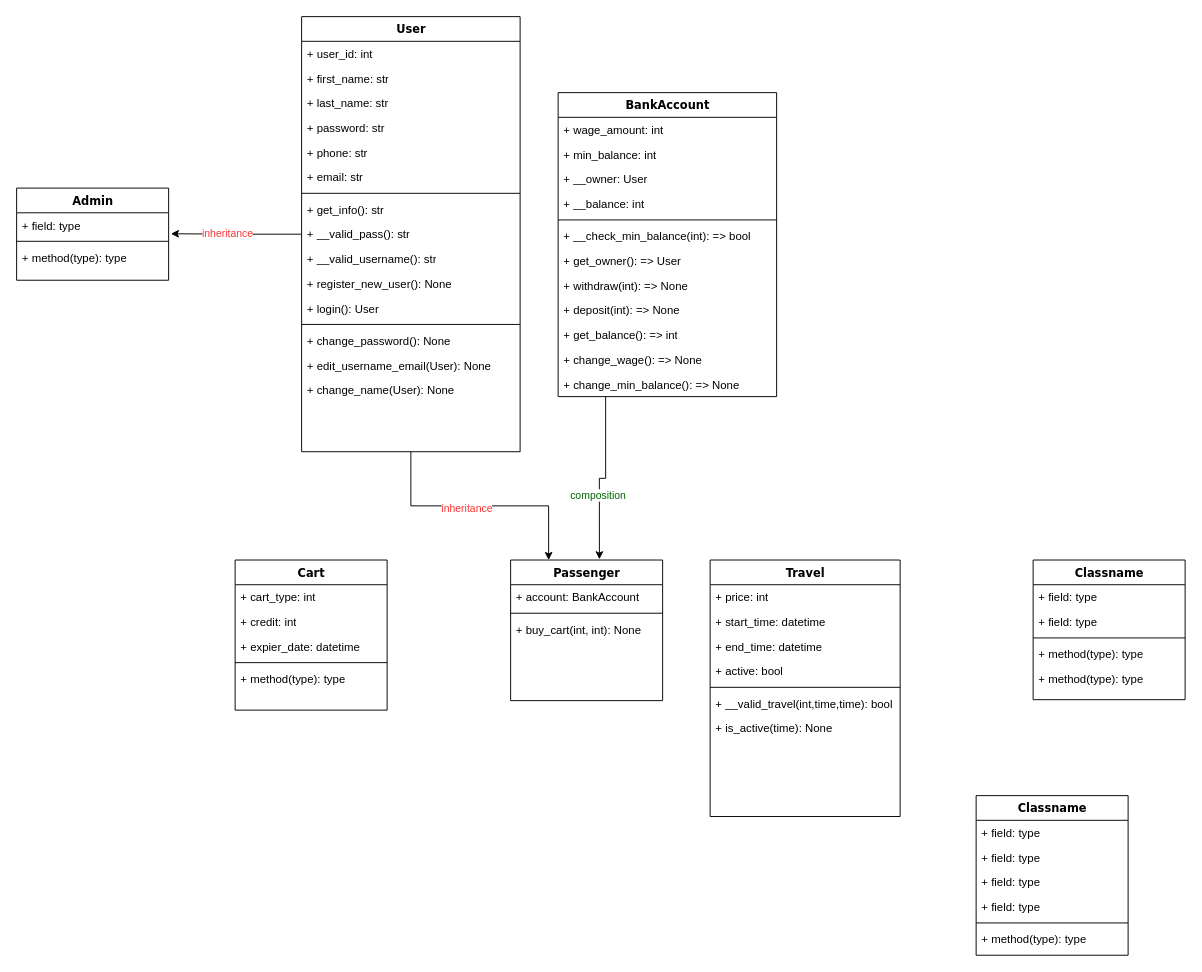
Before: ClassDiagram.drawio in mejomba/maktab89_hw12, a draw.io diagram. Source tidied: cells renumbered, new cells numbered last; positions are measured from the earlier drawing's top-left corner, leaving out a move shared by most shapes. Both pictures are drawn from the tidied source at 95%, with x=0, y=0 at pixel (16, 16).
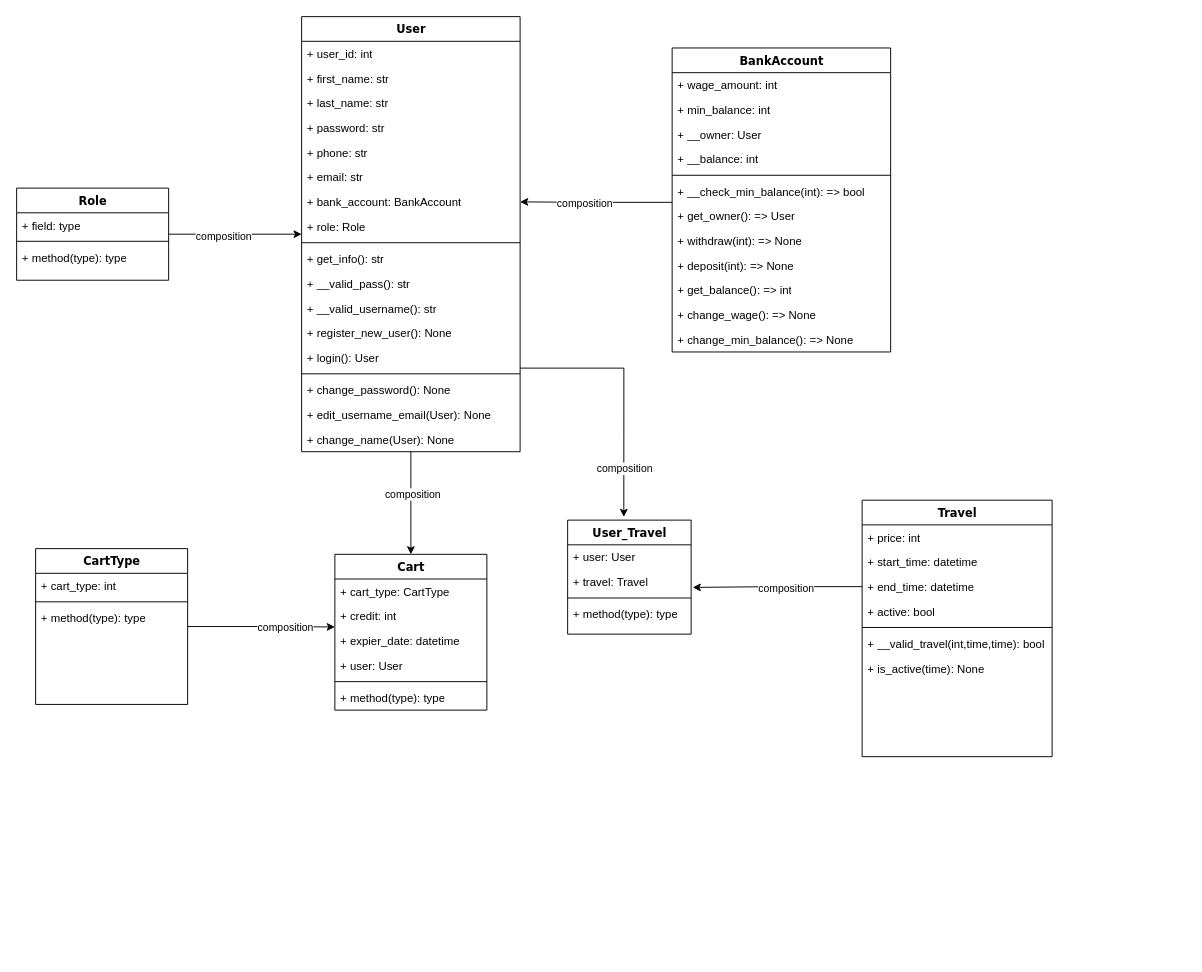
The same page after the edit.

The change refers to these unchanged cells:
```xml
<mxCell id="6" value="User" style="swimlane;html=1;fontStyle=1;align=center;verticalAlign=top;horizontal=1;startSize=26;swimlaneFillColor=#ffffff;rounded=0;shadow=0;comic=0;labelBackgroundColor=none;strokeWidth=1;fillColor=none;fontFamily=Verdana;fontSize=12;" parent="1" vertex="1">
  <mxGeometry x="300" width="230" height="458" as="geometry" />
</mxCell>
<mxCell id="32" value="+ get_owner(): =&amp;gt; User" style="text;html=1;strokeColor=none;fillColor=none;align=left;verticalAlign=top;spacingLeft=4;spacingRight=4;whiteSpace=wrap;overflow=hidden;points=[[0,0.5],[1,0.5]];portConstraint=eastwest;" parent="25" vertex="1">
  <mxGeometry y="164" width="230" height="26" as="geometry" />
</mxCell>
<mxCell id="39" value="+ field: type" style="text;html=1;strokeColor=none;fillColor=none;align=left;verticalAlign=top;spacingLeft=4;spacingRight=4;whiteSpace=wrap;overflow=hidden;points=[[0,0.5],[1,0.5]];portConstraint=eastwest;" parent="38" vertex="1">
  <mxGeometry y="26" width="160" height="26" as="geometry" />
</mxCell>
<mxCell id="44" value="+ credit: int" style="text;html=1;strokeColor=none;fillColor=none;align=left;verticalAlign=top;spacingLeft=4;spacingRight=4;whiteSpace=wrap;overflow=hidden;points=[[0,0.5],[1,0.5]];portConstraint=eastwest;" parent="42" vertex="1">
  <mxGeometry y="52" width="160" height="26" as="geometry" />
</mxCell>
<mxCell id="55" value="+ end_time: datetime" style="text;html=1;strokeColor=none;fillColor=none;align=left;verticalAlign=top;spacingLeft=4;spacingRight=4;whiteSpace=wrap;overflow=hidden;points=[[0,0.5],[1,0.5]];portConstraint=eastwest;" parent="52" vertex="1">
  <mxGeometry y="78" width="200" height="26" as="geometry" />
</mxCell>
```

What changed in the source:
```diff
@@
-    <mxCell id="2" style="edgeStyle=orthogonalEdgeStyle;rounded=0;jettySize=auto;html=1;entryX=1.015;entryY=0.848;entryDx=0;entryDy=0;entryPerimeter=0;" parent="1" edge="1" source="6" target="39">
-      <mxGeometry relative="1" as="geometry" />
-    </mxCell>
-    <mxCell id="3" value="&lt;font color=&quot;#ff3333&quot;&gt;inheritance&lt;/font&gt;" style="edgeLabel;html=1;align=center;verticalAlign=middle;" parent="2" vertex="1">
-      <mxGeometry x="0.15" y="-1" relative="1" as="geometry" />
-    </mxCell>
-    <mxCell id="4" style="edgeStyle=orthogonalEdgeStyle;rounded=0;jettySize=auto;html=1;entryX=0.25;entryY=0;entryDx=0;entryDy=0;" parent="1" edge="1" source="6" target="48">
-      <mxGeometry relative="1" as="geometry" />
-    </mxCell>
-    <mxCell id="5" value="&lt;font color=&quot;#ff3333&quot;&gt;inheritance&lt;/font&gt;" style="edgeLabel;html=1;align=center;verticalAlign=middle;" parent="4" vertex="1">
-      <mxGeometry x="-0.11" y="-2" relative="1" as="geometry" />
-    </mxCell>
+    <mxCell id="73" style="edgeStyle=orthogonalEdgeStyle;rounded=0;jettySize=auto;html=1;entryX=0.5;entryY=0;entryDx=0;entryDy=0;" parent="1" edge="1" source="6" target="42">
+      <mxGeometry relative="1" as="geometry" />
+    </mxCell>
+    <mxCell id="74" value="composition" style="edgeLabel;html=1;align=center;verticalAlign=middle;" parent="73" vertex="1">
+      <mxGeometry x="-0.19" y="1" relative="1" as="geometry" />
+    </mxCell>
+    <mxCell id="75" style="edgeStyle=orthogonalEdgeStyle;rounded=0;jettySize=auto;html=1;entryX=0.455;entryY=-0.028;entryDx=0;entryDy=0;entryPerimeter=0;" parent="1" edge="1" source="6" target="89">
+      <mxGeometry relative="1" as="geometry">
+        <Array as="points">
+          <mxPoint x="639" y="370" />
+        </Array>
+      </mxGeometry>
+    </mxCell>
+    <mxCell id="76" value="composition" style="edgeLabel;html=1;align=center;verticalAlign=middle;" parent="75" vertex="1">
+      <mxGeometry x="0.62" relative="1" as="geometry" />
+    </mxCell>
@@
+    <mxCell id="77" value="+ bank_account: BankAccount" style="text;html=1;strokeColor=none;fillColor=none;align=left;verticalAlign=top;spacingLeft=4;spacingRight=4;whiteSpace=wrap;overflow=hidden;points=[[0,0.5],[1,0.5]];portConstraint=eastwest;" parent="6" vertex="1">
+      <mxGeometry y="182" width="230" height="26" as="geometry" />
+    </mxCell>
+    <mxCell id="78" value="+ role: Role" style="text;html=1;strokeColor=none;fillColor=none;align=left;verticalAlign=top;spacingLeft=4;spacingRight=4;whiteSpace=wrap;overflow=hidden;points=[[0,0.5],[1,0.5]];portConstraint=eastwest;" parent="6" vertex="1">
+      <mxGeometry y="208" width="230" height="26" as="geometry" />
+    </mxCell>
     <mxCell id="13" style="line;html=1;strokeWidth=1;fillColor=none;align=left;verticalAlign=middle;spacingTop=-1;spacingLeft=3;spacingRight=3;labelPosition=right;" parent="6" vertex="1">
-      <mxGeometry y="182" width="230" height="8" as="geometry" />
+      <mxGeometry y="234" width="230" height="8" as="geometry" />
     </mxCell>
     <mxCell id="14" value="+ get_info(): str" style="text;html=1;strokeColor=none;fillColor=none;align=left;verticalAlign=top;spacingLeft=4;spacingRight=4;whiteSpace=wrap;overflow=hidden;" parent="6" vertex="1">
-      <mxGeometry y="190" width="230" height="26" as="geometry" />
+      <mxGeometry y="242" width="230" height="26" as="geometry" />
     </mxCell>
     <mxCell id="15" value="+ __valid_pass(): str" style="text;html=1;strokeColor=none;fillColor=none;align=left;verticalAlign=top;spacingLeft=4;spacingRight=4;whiteSpace=wrap;overflow=hidden;" parent="6" vertex="1">
-      <mxGeometry y="216" width="230" height="26" as="geometry" />
+      <mxGeometry y="268" width="230" height="26" as="geometry" />
     </mxCell>
     <mxCell id="16" value="+ __valid_username(): str" style="text;html=1;strokeColor=none;fillColor=none;align=left;verticalAlign=top;spacingLeft=4;spacingRight=4;whiteSpace=wrap;overflow=hidden;" parent="6" vertex="1">
-      <mxGeometry y="242" width="230" height="26" as="geometry" />
+      <mxGeometry y="294" width="230" height="26" as="geometry" />
     </mxCell>
     <mxCell id="17" value="+ register_new_user(): None" style="text;html=1;strokeColor=none;fillColor=none;align=left;verticalAlign=top;spacingLeft=4;spacingRight=4;whiteSpace=wrap;overflow=hidden;" parent="6" vertex="1">
-      <mxGeometry y="268" width="230" height="26" as="geometry" />
+      <mxGeometry y="320" width="230" height="26" as="geometry" />
     </mxCell>
     <mxCell id="18" value="+ login(): User" style="text;html=1;strokeColor=none;fillColor=none;align=left;verticalAlign=top;spacingLeft=4;spacingRight=4;whiteSpace=wrap;overflow=hidden;" parent="6" vertex="1">
-      <mxGeometry y="294" width="230" height="26" as="geometry" />
+      <mxGeometry y="346" width="230" height="26" as="geometry" />
     </mxCell>
     <mxCell id="19" style="line;html=1;strokeWidth=1;fillColor=none;align=left;verticalAlign=middle;spacingTop=-1;spacingLeft=3;spacingRight=3;labelPosition=right;" parent="6" vertex="1">
-      <mxGeometry y="320" width="230" height="8" as="geometry" />
+      <mxGeometry y="372" width="230" height="8" as="geometry" />
     </mxCell>
     <mxCell id="20" value="+ change_password(): None" style="text;html=1;strokeColor=none;fillColor=none;align=left;verticalAlign=top;spacingLeft=4;spacingRight=4;whiteSpace=wrap;overflow=hidden;" parent="6" vertex="1">
-      <mxGeometry y="328" width="230" height="26" as="geometry" />
+      <mxGeometry y="380" width="230" height="26" as="geometry" />
     </mxCell>
     <mxCell id="21" value="+ edit_username_email(User): None" style="text;html=1;strokeColor=none;fillColor=none;align=left;verticalAlign=top;spacingLeft=4;spacingRight=4;whiteSpace=wrap;overflow=hidden;" parent="6" vertex="1">
-      <mxGeometry y="354" width="230" height="26" as="geometry" />
+      <mxGeometry y="406" width="230" height="26" as="geometry" />
     </mxCell>
     <mxCell id="22" value="+ change_name(User): None" style="text;html=1;strokeColor=none;fillColor=none;align=left;verticalAlign=top;spacingLeft=4;spacingRight=4;whiteSpace=wrap;overflow=hidden;" parent="6" vertex="1">
-      <mxGeometry y="380" width="230" height="26" as="geometry" />
+      <mxGeometry y="432" width="230" height="26" as="geometry" />
     </mxCell>
-    <mxCell id="23" style="edgeStyle=orthogonalEdgeStyle;rounded=0;jettySize=auto;html=1;entryX=0.584;entryY=-0.005;entryDx=0;entryDy=0;entryPerimeter=0;" parent="1" edge="1" source="25" target="48">
-      <mxGeometry relative="1" as="geometry">
-        <Array as="points">
-          <mxPoint x="620" y="486" />
-          <mxPoint x="613" y="486" />
-        </Array>
-      </mxGeometry>
-    </mxCell>
-    <mxCell id="24" value="&lt;font color=&quot;#006600&quot;&gt;composition&lt;/font&gt;" style="edgeLabel;html=1;align=center;verticalAlign=middle;" parent="23" vertex="1">
-      <mxGeometry x="0.24" y="-2" relative="1" as="geometry" />
-    </mxCell>
+    <mxCell id="79" style="edgeStyle=orthogonalEdgeStyle;rounded=0;jettySize=auto;html=1;entryX=1;entryY=0.5;entryDx=0;entryDy=0;exitX=0.004;exitY=-0.058;exitDx=0;exitDy=0;exitPerimeter=0;" parent="1" edge="1" source="32" target="77">
+      <mxGeometry relative="1" as="geometry" />
+    </mxCell>
+    <mxCell id="80" value="composition" style="edgeLabel;html=1;align=center;verticalAlign=middle;" parent="79" vertex="1">
+      <mxGeometry x="0.16" y="1" relative="1" as="geometry" />
+    </mxCell>
     <mxCell id="25" value="BankAccount" style="swimlane;html=1;fontStyle=1;align=center;verticalAlign=top;horizontal=1;startSize=26;swimlaneFillColor=#ffffff;rounded=0;shadow=0;comic=0;labelBackgroundColor=none;strokeWidth=1;fillColor=none;fontFamily=Verdana;fontSize=12;" parent="1" vertex="1">
-      <mxGeometry x="570" y="80" width="230" height="320" as="geometry" />
+      <mxGeometry x="690" y="33" width="230" height="320" as="geometry" />
     </mxCell>
@@
+    <mxCell id="81" style="edgeStyle=orthogonalEdgeStyle;rounded=0;jettySize=auto;html=1;entryX=0;entryY=0.808;entryDx=0;entryDy=0;entryPerimeter=0;" parent="1" edge="1" source="38" target="78">
+      <mxGeometry relative="1" as="geometry" />
+    </mxCell>
+    <mxCell id="82" value="composition" style="edgeLabel;html=1;align=center;verticalAlign=middle;" parent="81" vertex="1">
+      <mxGeometry x="-0.18" y="-2" relative="1" as="geometry" />
+    </mxCell>
-    <mxCell id="38" value="Admin" style="swimlane;html=1;fontStyle=1;align=center;verticalAlign=top;horizontal=1;startSize=26;swimlaneFillColor=#ffffff;rounded=0;shadow=0;comic=0;labelBackgroundColor=none;strokeWidth=1;fillColor=none;fontFamily=Verdana;fontSize=12;" parent="1" vertex="1">
+    <mxCell id="38" value="Role" style="swimlane;html=1;fontStyle=1;align=center;verticalAlign=top;horizontal=1;startSize=26;swimlaneFillColor=#ffffff;rounded=0;shadow=0;comic=0;labelBackgroundColor=none;strokeWidth=1;fillColor=none;fontFamily=Verdana;fontSize=12;" parent="1" vertex="1">
       <mxGeometry y="180.5" width="160" height="97" as="geometry" />
     </mxCell>
@@
     <mxCell id="42" value="Cart" style="swimlane;html=1;fontStyle=1;align=center;verticalAlign=top;horizontal=1;startSize=26;swimlaneFillColor=#ffffff;rounded=0;shadow=0;comic=0;labelBackgroundColor=none;strokeWidth=1;fillColor=none;fontFamily=Verdana;fontSize=12;" parent="1" vertex="1">
-      <mxGeometry x="230" y="572" width="160" height="158" as="geometry" />
+      <mxGeometry x="335" y="566" width="160" height="164" as="geometry" />
     </mxCell>
-    <mxCell id="43" value="+ cart_type: int" style="text;html=1;strokeColor=none;fillColor=none;align=left;verticalAlign=top;spacingLeft=4;spacingRight=4;whiteSpace=wrap;overflow=hidden;" parent="42" vertex="1">
+    <mxCell id="43" value="+ cart_type: CartType" style="text;html=1;strokeColor=none;fillColor=none;align=left;verticalAlign=top;spacingLeft=4;spacingRight=4;whiteSpace=wrap;overflow=hidden;" parent="42" vertex="1">
       <mxGeometry y="26" width="160" height="26" as="geometry" />
     </mxCell>
@@
+    <mxCell id="83" value="+ user: User&amp;nbsp;" style="text;html=1;strokeColor=none;fillColor=none;align=left;verticalAlign=top;spacingLeft=4;spacingRight=4;whiteSpace=wrap;overflow=hidden;" parent="42" vertex="1">
+      <mxGeometry y="104" width="160" height="26" as="geometry" />
+    </mxCell>
     <mxCell id="46" style="line;html=1;strokeWidth=1;fillColor=none;align=left;verticalAlign=middle;spacingTop=-1;spacingLeft=3;spacingRight=3;labelPosition=right;" parent="42" vertex="1">
-      <mxGeometry y="104" width="160" height="8" as="geometry" />
+      <mxGeometry y="130" width="160" height="8" as="geometry" />
     </mxCell>
     <mxCell id="47" value="+ method(type): type" style="text;html=1;strokeColor=none;fillColor=none;align=left;verticalAlign=top;spacingLeft=4;spacingRight=4;whiteSpace=wrap;overflow=hidden;" parent="42" vertex="1">
-      <mxGeometry y="112" width="160" height="26" as="geometry" />
+      <mxGeometry y="138" width="160" height="26" as="geometry" />
     </mxCell>
-    <mxCell id="48" value="Passenger" style="swimlane;html=1;fontStyle=1;align=center;verticalAlign=top;horizontal=1;startSize=26;swimlaneFillColor=#ffffff;rounded=0;shadow=0;comic=0;labelBackgroundColor=none;strokeWidth=1;fillColor=none;fontFamily=Verdana;fontSize=12;" parent="1" vertex="1">
-      <mxGeometry x="520" y="572" width="160" height="148" as="geometry" />
-    </mxCell>
-    <mxCell id="49" value="+ account: BankAccount" style="text;html=1;strokeColor=none;fillColor=none;align=left;verticalAlign=top;spacingLeft=4;spacingRight=4;whiteSpace=wrap;overflow=hidden;" parent="48" vertex="1">
-      <mxGeometry y="26" width="160" height="26" as="geometry" />
-    </mxCell>
-    <mxCell id="50" style="line;html=1;strokeWidth=1;fillColor=none;align=left;verticalAlign=middle;spacingTop=-1;spacingLeft=3;spacingRight=3;labelPosition=right;" parent="48" vertex="1">
-      <mxGeometry y="52" width="160" height="8" as="geometry" />
-    </mxCell>
-    <mxCell id="51" value="+ buy_cart(int, int): None" style="text;html=1;strokeColor=none;fillColor=none;align=left;verticalAlign=top;spacingLeft=4;spacingRight=4;whiteSpace=wrap;overflow=hidden;" parent="48" vertex="1">
-      <mxGeometry y="60" width="160" height="26" as="geometry" />
-    </mxCell>
     <mxCell id="52" value="Travel" style="swimlane;html=1;fontStyle=1;align=center;verticalAlign=top;horizontal=1;startSize=26;swimlaneFillColor=#ffffff;rounded=0;shadow=0;comic=0;labelBackgroundColor=none;strokeWidth=1;fillColor=none;fontFamily=Verdana;fontSize=12;" parent="1" vertex="1">
-      <mxGeometry x="730" y="572" width="200" height="270" as="geometry" />
+      <mxGeometry x="890" y="509" width="200" height="270" as="geometry" />
     </mxCell>
@@
-    <mxCell id="60" value="Classname" style="swimlane;html=1;fontStyle=1;align=center;verticalAlign=top;horizontal=1;startSize=26;swimlaneFillColor=#ffffff;rounded=0;shadow=0;comic=0;labelBackgroundColor=none;strokeWidth=1;fillColor=none;fontFamily=Verdana;fontSize=12;" parent="1" vertex="1">
-      <mxGeometry x="1010" y="820" width="160" height="168" as="geometry" />
-    </mxCell>
-    <mxCell id="61" value="+ field: type" style="text;html=1;strokeColor=none;fillColor=none;align=left;verticalAlign=top;spacingLeft=4;spacingRight=4;whiteSpace=wrap;overflow=hidden;" parent="60" vertex="1">
-      <mxGeometry y="26" width="160" height="26" as="geometry" />
-    </mxCell>
-    <mxCell id="62" value="+ field: type" style="text;html=1;strokeColor=none;fillColor=none;align=left;verticalAlign=top;spacingLeft=4;spacingRight=4;whiteSpace=wrap;overflow=hidden;" parent="60" vertex="1">
-      <mxGeometry y="52" width="160" height="26" as="geometry" />
-    </mxCell>
-    <mxCell id="63" value="+ field: type" style="text;html=1;strokeColor=none;fillColor=none;align=left;verticalAlign=top;spacingLeft=4;spacingRight=4;whiteSpace=wrap;overflow=hidden;" parent="60" vertex="1">
-      <mxGeometry y="78" width="160" height="26" as="geometry" />
-    </mxCell>
-    <mxCell id="64" value="+ field: type" style="text;html=1;strokeColor=none;fillColor=none;align=left;verticalAlign=top;spacingLeft=4;spacingRight=4;whiteSpace=wrap;overflow=hidden;" parent="60" vertex="1">
-      <mxGeometry y="104" width="160" height="26" as="geometry" />
-    </mxCell>
-    <mxCell id="65" style="line;html=1;strokeWidth=1;fillColor=none;align=left;verticalAlign=middle;spacingTop=-1;spacingLeft=3;spacingRight=3;labelPosition=right;" parent="60" vertex="1">
-      <mxGeometry y="130" width="160" height="8" as="geometry" />
-    </mxCell>
-    <mxCell id="66" value="+ method(type): type" style="text;html=1;strokeColor=none;fillColor=none;align=left;verticalAlign=top;spacingLeft=4;spacingRight=4;whiteSpace=wrap;overflow=hidden;" parent="60" vertex="1">
-      <mxGeometry y="138" width="160" height="26" as="geometry" />
-    </mxCell>
-    <mxCell id="67" value="Classname" style="swimlane;html=1;fontStyle=1;align=center;verticalAlign=top;horizontal=1;startSize=26;swimlaneFillColor=#ffffff;rounded=0;shadow=0;comic=0;labelBackgroundColor=none;strokeWidth=1;fillColor=none;fontFamily=Verdana;fontSize=12;" parent="1" vertex="1">
-      <mxGeometry x="1070" y="572" width="160" height="147" as="geometry" />
-    </mxCell>
-    <mxCell id="68" value="+ field: type" style="text;html=1;strokeColor=none;fillColor=none;align=left;verticalAlign=top;spacingLeft=4;spacingRight=4;whiteSpace=wrap;overflow=hidden;" parent="67" vertex="1">
-      <mxGeometry y="26" width="160" height="26" as="geometry" />
-    </mxCell>
-    <mxCell id="69" value="+ field: type" style="text;html=1;strokeColor=none;fillColor=none;align=left;verticalAlign=top;spacingLeft=4;spacingRight=4;whiteSpace=wrap;overflow=hidden;" parent="67" vertex="1">
-      <mxGeometry y="52" width="160" height="26" as="geometry" />
-    </mxCell>
-    <mxCell id="70" style="line;html=1;strokeWidth=1;fillColor=none;align=left;verticalAlign=middle;spacingTop=-1;spacingLeft=3;spacingRight=3;labelPosition=right;" parent="67" vertex="1">
-      <mxGeometry y="78" width="160" height="8" as="geometry" />
-    </mxCell>
-    <mxCell id="71" value="+ method(type): type" style="text;html=1;strokeColor=none;fillColor=none;align=left;verticalAlign=top;spacingLeft=4;spacingRight=4;whiteSpace=wrap;overflow=hidden;" parent="67" vertex="1">
-      <mxGeometry y="86" width="160" height="26" as="geometry" />
-    </mxCell>
-    <mxCell id="72" value="+ method(type): type" style="text;html=1;strokeColor=none;fillColor=none;align=left;verticalAlign=top;spacingLeft=4;spacingRight=4;whiteSpace=wrap;overflow=hidden;" parent="67" vertex="1">
-      <mxGeometry y="112" width="160" height="26" as="geometry" />
-    </mxCell>
+    <mxCell id="84" style="edgeStyle=orthogonalEdgeStyle;rounded=0;jettySize=auto;html=1;entryX=0;entryY=0.942;entryDx=0;entryDy=0;entryPerimeter=0;" parent="1" edge="1" source="86" target="44">
+      <mxGeometry relative="1" as="geometry" />
+    </mxCell>
+    <mxCell id="85" value="composition" style="edgeLabel;html=1;align=center;verticalAlign=middle;" parent="84" vertex="1">
+      <mxGeometry x="0.32" relative="1" as="geometry" />
+    </mxCell>
+    <mxCell id="86" value="CartType" style="swimlane;html=1;fontStyle=1;align=center;verticalAlign=top;horizontal=1;startSize=26;swimlaneFillColor=#ffffff;rounded=0;shadow=0;comic=0;labelBackgroundColor=none;strokeWidth=1;fillColor=none;fontFamily=Verdana;fontSize=12;" parent="1" vertex="1">
+      <mxGeometry x="20" y="560" width="160" height="164" as="geometry" />
+    </mxCell>
+    <mxCell id="87" value="+ cart_type: int" style="text;html=1;strokeColor=none;fillColor=none;align=left;verticalAlign=top;spacingLeft=4;spacingRight=4;whiteSpace=wrap;overflow=hidden;" parent="86" vertex="1">
+      <mxGeometry y="26" width="160" height="26" as="geometry" />
+    </mxCell>
+    <mxCell id="50" style="line;html=1;strokeWidth=1;fillColor=none;align=left;verticalAlign=middle;spacingTop=-1;spacingLeft=3;spacingRight=3;labelPosition=right;" parent="86" vertex="1">
+      <mxGeometry y="52" width="160" height="8" as="geometry" />
+    </mxCell>
+    <mxCell id="88" value="+ method(type): type" style="text;html=1;strokeColor=none;fillColor=none;align=left;verticalAlign=top;spacingLeft=4;spacingRight=4;whiteSpace=wrap;overflow=hidden;" parent="86" vertex="1">
+      <mxGeometry y="60" width="160" height="26" as="geometry" />
+    </mxCell>
+    <mxCell id="89" value="User_Travel" style="swimlane;html=1;fontStyle=1;align=center;verticalAlign=top;horizontal=1;startSize=26;swimlaneFillColor=#ffffff;rounded=0;shadow=0;comic=0;labelBackgroundColor=none;strokeWidth=1;fillColor=none;fontFamily=Verdana;fontSize=12;" parent="1" vertex="1">
+      <mxGeometry x="580" y="530" width="130" height="120" as="geometry" />
+    </mxCell>
+    <mxCell id="90" value="+ user: User" style="text;html=1;strokeColor=none;fillColor=none;align=left;verticalAlign=top;spacingLeft=4;spacingRight=4;whiteSpace=wrap;overflow=hidden;" parent="89" vertex="1">
+      <mxGeometry y="26" width="130" height="26" as="geometry" />
+    </mxCell>
+    <mxCell id="91" value="+ travel: Travel" style="text;html=1;strokeColor=none;fillColor=none;align=left;verticalAlign=top;spacingLeft=4;spacingRight=4;whiteSpace=wrap;overflow=hidden;points=[[0,0.5],[1,0.5]];portConstraint=eastwest;" parent="89" vertex="1">
+      <mxGeometry y="52" width="130" height="26" as="geometry" />
+    </mxCell>
+    <mxCell id="92" style="line;html=1;strokeWidth=1;fillColor=none;align=left;verticalAlign=middle;spacingTop=-1;spacingLeft=3;spacingRight=3;labelPosition=right;" parent="89" vertex="1">
+      <mxGeometry y="78" width="130" height="8" as="geometry" />
+    </mxCell>
+    <mxCell id="93" value="+ method(type): type" style="text;html=1;strokeColor=none;fillColor=none;align=left;verticalAlign=top;spacingLeft=4;spacingRight=4;whiteSpace=wrap;overflow=hidden;" parent="89" vertex="1">
+      <mxGeometry y="86" width="130" height="26" as="geometry" />
+    </mxCell>
+    <mxCell id="94" style="edgeStyle=orthogonalEdgeStyle;rounded=0;jettySize=auto;html=1;entryX=1.013;entryY=0.724;entryDx=0;entryDy=0;entryPerimeter=0;" parent="1" edge="1" source="55" target="91">
+      <mxGeometry relative="1" as="geometry" />
+    </mxCell>
+    <mxCell id="95" value="composition" style="edgeLabel;html=1;align=center;verticalAlign=middle;" parent="94" vertex="1">
+      <mxGeometry x="-0.09" y="1" relative="1" as="geometry" />
+    </mxCell>
```
